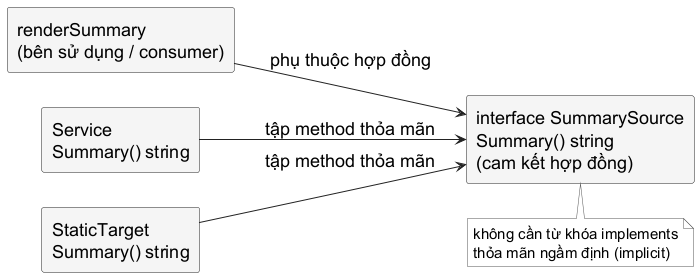
Before: assets/diagrams/interface-contract.png, a diagram exported from PlantUML (Minhlike/Golang). Its diagram source:
```plantuml
@startuml
skinparam backgroundColor white
skinparam shadowing false
skinparam defaultFontName "Source Sans 3"
skinparam defaultFontSize 18
skinparam defaultFontColor #000000
skinparam rectangle {
  BackgroundColor #F5F5F5
  BorderColor #222222
  FontColor #000000
  RoundCorner 5
}
skinparam arrowColor #222222
skinparam note {
  BackgroundColor #FFFFFF
  BorderColor #555555
  FontColor #000000
  FontName "Source Sans 3"
  FontSize 15
}
left to right direction
rectangle "renderSummary\n(bên sử dụng / consumer)" as consumer
rectangle "interface SummarySource\nSummary() string\n(cam kết hợp đồng)" as contract
rectangle "Service\nSummary() string" as service
rectangle "StaticTarget\nSummary() string" as static
consumer --> contract : phụ thuộc hợp đồng
service --> contract : tập method thỏa mãn
static --> contract : tập method thỏa mãn
note bottom of contract : không cần từ khóa implements\nthỏa mãn ngầm định (implicit)
@enduml
```
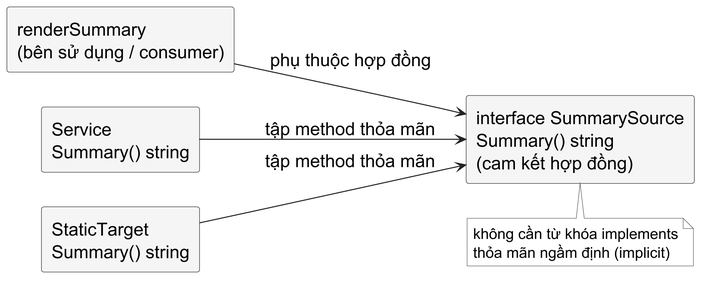
The same diagram one commit later.

What changed in the source:
```diff
@@ -1,4 +1,6 @@
 @startuml
+skinparamlocked dpi 300
+skinparam dpi 300
 skinparam backgroundColor white
 skinparam shadowing false
 skinparam defaultFontName "Source Sans 3"
```
